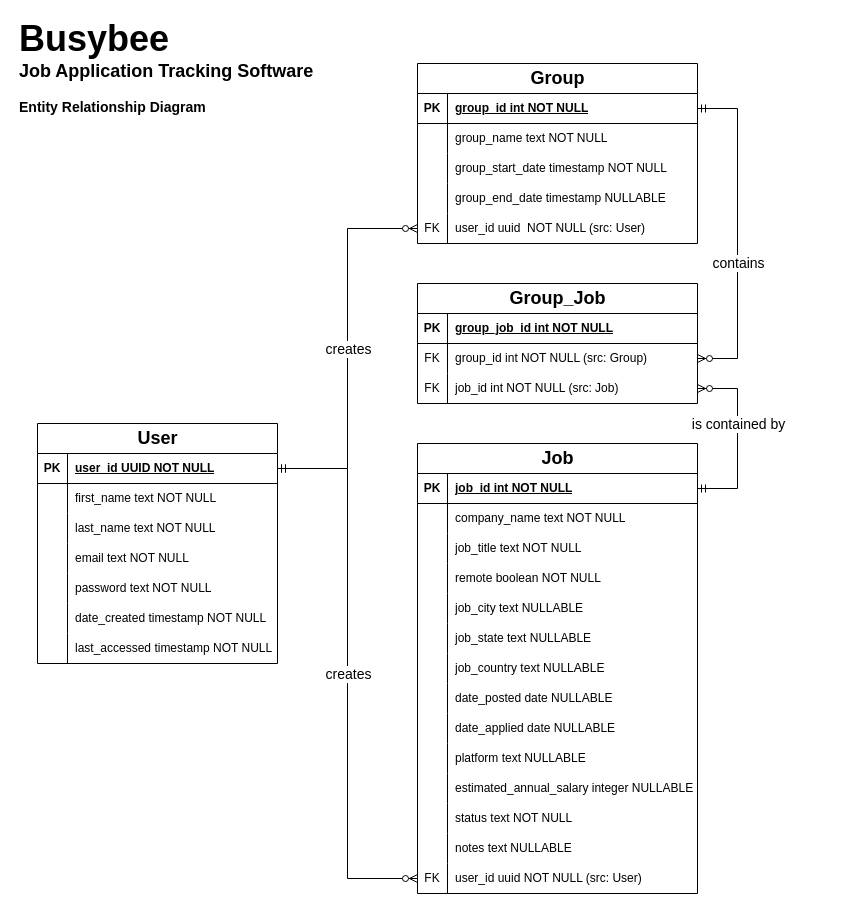
This is Documentation/busybee.erd.drawio from Masonluna/BusyBee, a draw.io file, before an edit. Source tidied: cells renumbered, new cells numbered last; positions are measured from the earlier drawing's top-left corner, leaving out a move shared by most shapes. Both pictures are drawn from the tidied source at 100%, with x=0, y=0 at pixel (17, 23).
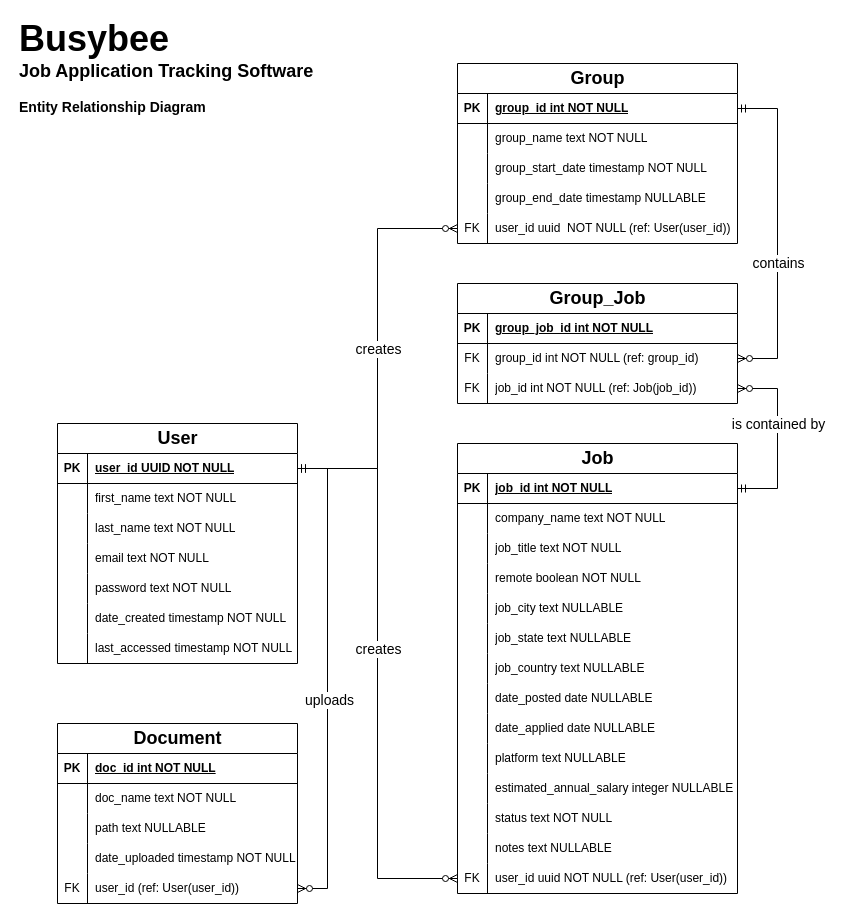
After the change.

Unchanged cells that the change refers to:
```xml
<mxCell id="5" style="shape=tableRow;horizontal=0;startSize=0;swimlaneHead=0;swimlaneBody=0;fillColor=none;points=[[0,0.5],[1,0.5]];portConstraint=eastwest;top=0;left=0;right=0;bottom=1;" parent="4" vertex="1">
  <mxGeometry y="30" width="240" height="30" as="geometry" />
</mxCell>
<mxCell id="27" style="shape=tableRow;horizontal=0;startSize=0;swimlaneHead=0;swimlaneBody=0;fillColor=none;points=[[0,0.5],[1,0.5]];portConstraint=eastwest;top=0;left=0;right=0;bottom=1;" parent="26" vertex="1">
  <mxGeometry y="30" width="280" height="30" as="geometry" />
</mxCell>
<mxCell id="39" style="shape=tableRow;horizontal=0;startSize=0;swimlaneHead=0;swimlaneBody=0;fillColor=none;points=[[0,0.5],[1,0.5]];portConstraint=eastwest;top=0;left=0;right=0;bottom=0;" parent="26" vertex="1">
  <mxGeometry y="150" width="280" height="30" as="geometry" />
</mxCell>
<mxCell id="45" style="shape=tableRow;horizontal=0;startSize=0;swimlaneHead=0;swimlaneBody=0;fillColor=none;points=[[0,0.5],[1,0.5]];portConstraint=eastwest;top=0;left=0;right=0;bottom=1;" parent="44" vertex="1">
  <mxGeometry y="30" width="280" height="30" as="geometry" />
</mxCell>
<mxCell id="84" style="shape=tableRow;horizontal=0;startSize=0;swimlaneHead=0;swimlaneBody=0;fillColor=none;points=[[0,0.5],[1,0.5]];portConstraint=eastwest;top=0;left=0;right=0;bottom=0;" parent="44" vertex="1">
  <mxGeometry y="420" width="280" height="30" as="geometry" />
</mxCell>
<mxCell id="91" style="shape=tableRow;horizontal=0;startSize=0;swimlaneHead=0;swimlaneBody=0;fillColor=none;points=[[0,0.5],[1,0.5]];portConstraint=eastwest;top=0;left=0;right=0;bottom=0;" parent="87" vertex="1">
  <mxGeometry y="60" width="280" height="30" as="geometry" />
</mxCell>
<mxCell id="94" style="shape=tableRow;horizontal=0;startSize=0;swimlaneHead=0;swimlaneBody=0;fillColor=none;points=[[0,0.5],[1,0.5]];portConstraint=eastwest;top=0;left=0;right=0;bottom=0;" parent="87" vertex="1">
  <mxGeometry y="90" width="280" height="30" as="geometry" />
</mxCell>
<mxCell id="101" style="edgeStyle=elbowEdgeStyle;fontSize=12;html=1;endArrow=ERzeroToMany;startArrow=ERmandOne;rounded=0;exitX=1;exitY=0.5;exitDx=0;exitDy=0;entryX=0;entryY=0.5;entryDx=0;entryDy=0;" parent="1" edge="1" source="5" target="84">
  <mxGeometry relative="1" as="geometry" />
</mxCell>
```

Change to the diagram source:
```diff
@@
     <mxCell id="4" value="&lt;font style=&quot;font-size: 18px;&quot;&gt;User&lt;/font&gt;" style="shape=table;startSize=30;childLayout=tableLayout;rowLines=0;fontStyle=1;align=center;html=1;" parent="1" vertex="1">
-      <mxGeometry x="20" y="400" width="240" height="240" as="geometry" />
+      <mxGeometry x="40" y="400" width="240" height="240" as="geometry" />
     </mxCell>
@@
     <mxCell id="26" value="&lt;font style=&quot;font-size: 18px;&quot;&gt;Group&lt;/font&gt;" style="shape=table;startSize=30;childLayout=tableLayout;rowLines=0;fontStyle=1;align=center;html=1;" parent="1" vertex="1">
-      <mxGeometry x="400" y="40" width="280" height="180" as="geometry" />
+      <mxGeometry x="440" y="40" width="280" height="180" as="geometry" />
     </mxCell>
@@
-    <mxCell id="41" value="user_id uuid&amp;nbsp; NOT NULL (src: User)" style="shape=partialRectangle;fillColor=none;top=0;left=0;bottom=0;right=0;align=left;spacingLeft=6;overflow=hidden;whiteSpace=wrap;html=1;" parent="39" vertex="1">
+    <mxCell id="41" value="user_id uuid&amp;nbsp; NOT NULL (ref: User(user_id))" style="shape=partialRectangle;fillColor=none;top=0;left=0;bottom=0;right=0;align=left;spacingLeft=6;overflow=hidden;whiteSpace=wrap;html=1;" parent="39" vertex="1">
       <mxGeometry x="30" width="250" height="30" as="geometry" />
     </mxCell>
@@
     <mxCell id="44" value="&lt;font style=&quot;font-size: 18px;&quot;&gt;Job&lt;/font&gt;" style="shape=table;startSize=30;childLayout=tableLayout;rowLines=0;fontStyle=1;align=center;html=1;" parent="1" vertex="1">
-      <mxGeometry x="400" y="420" width="280" height="450" as="geometry" />
+      <mxGeometry x="440" y="420" width="280" height="450" as="geometry" />
     </mxCell>
@@
-    <mxCell id="86" value="user_id uuid NOT NULL (src: User)" style="shape=partialRectangle;fillColor=none;top=0;left=0;bottom=0;right=0;align=left;spacingLeft=6;overflow=hidden;whiteSpace=wrap;html=1;" parent="84" vertex="1">
+    <mxCell id="86" value="user_id uuid NOT NULL (ref: User(user_id))" style="shape=partialRectangle;fillColor=none;top=0;left=0;bottom=0;right=0;align=left;spacingLeft=6;overflow=hidden;whiteSpace=wrap;html=1;" parent="84" vertex="1">
       <mxGeometry x="30" width="250" height="30" as="geometry" />
     </mxCell>
     <mxCell id="87" value="&lt;font style=&quot;font-size: 18px;&quot;&gt;Group_Job&lt;/font&gt;" style="shape=table;startSize=30;childLayout=tableLayout;rowLines=0;fontStyle=1;align=center;html=1;" parent="1" vertex="1">
-      <mxGeometry x="400" y="260" width="280" height="120" as="geometry" />
+      <mxGeometry x="440" y="260" width="280" height="120" as="geometry" />
     </mxCell>
@@
-    <mxCell id="93" value="group_id int NOT NULL (src: Group)" style="shape=partialRectangle;fillColor=none;top=0;left=0;bottom=0;right=0;align=left;spacingLeft=6;overflow=hidden;whiteSpace=wrap;html=1;" parent="91" vertex="1">
+    <mxCell id="93" value="group_id int NOT NULL (ref: group_id)" style="shape=partialRectangle;fillColor=none;top=0;left=0;bottom=0;right=0;align=left;spacingLeft=6;overflow=hidden;whiteSpace=wrap;html=1;" parent="91" vertex="1">
       <mxGeometry x="30" width="250" height="30" as="geometry" />
     </mxCell>
@@
-    <mxCell id="96" value="job_id int NOT NULL (src: Job)" style="shape=partialRectangle;fillColor=none;top=0;left=0;bottom=0;right=0;align=left;spacingLeft=6;overflow=hidden;whiteSpace=wrap;html=1;" parent="94" vertex="1">
+    <mxCell id="96" value="job_id int NOT NULL (ref: Job(job_id))" style="shape=partialRectangle;fillColor=none;top=0;left=0;bottom=0;right=0;align=left;spacingLeft=6;overflow=hidden;whiteSpace=wrap;html=1;" parent="94" vertex="1">
       <mxGeometry x="30" width="250" height="30" as="geometry" />
     </mxCell>
     <mxCell id="97" style="fontSize=12;html=1;endArrow=ERzeroToMany;startArrow=ERmandOne;rounded=0;entryX=1;entryY=0.5;entryDx=0;entryDy=0;exitX=1;exitY=0.5;exitDx=0;exitDy=0;edgeStyle=elbowEdgeStyle;" parent="1" edge="1" source="27" target="91">
       <mxGeometry relative="1" as="geometry">
         <Array as="points">
-          <mxPoint x="720" y="200" />
+          <mxPoint x="760" y="200" />
         </Array>
       </mxGeometry>
     </mxCell>
@@
     <mxCell id="99" style="fontSize=12;html=1;endArrow=ERzeroToMany;startArrow=ERmandOne;rounded=0;exitX=1;exitY=0.5;exitDx=0;exitDy=0;entryX=1;entryY=0.5;entryDx=0;entryDy=0;edgeStyle=elbowEdgeStyle;" parent="1" edge="1" source="45" target="94">
       <mxGeometry relative="1" as="geometry">
         <Array as="points">
-          <mxPoint x="720" y="420" />
+          <mxPoint x="760" y="410" />
         </Array>
       </mxGeometry>
     </mxCell>
@@
     <mxCell id="102" value="&lt;font style=&quot;font-size: 14px;&quot;&gt;creates&lt;/font&gt;" style="edgeLabel;html=1;align=center;verticalAlign=middle;" parent="101" vertex="1">
-      <mxGeometry relative="1" as="geometry" />
+      <mxGeometry relative="1" as="geometry">
+        <mxPoint y="-25" as="offset" />
+      </mxGeometry>
     </mxCell>
+    <mxCell id="103" value="&lt;font style=&quot;font-size: 18px;&quot;&gt;Document&lt;/font&gt;" style="shape=table;startSize=30;childLayout=tableLayout;rowLines=0;fontStyle=1;align=center;html=1;" parent="1" vertex="1">
+      <mxGeometry x="40" y="700" width="240" height="180" as="geometry" />
+    </mxCell>
+    <mxCell id="104" style="shape=tableRow;horizontal=0;startSize=0;swimlaneHead=0;swimlaneBody=0;fillColor=none;top=0;left=0;right=0;bottom=1;" parent="103" vertex="1">
+      <mxGeometry y="30" width="240" height="30" as="geometry" />
+    </mxCell>
+    <mxCell id="105" value="PK" style="shape=partialRectangle;fillColor=none;top=0;left=0;bottom=0;right=0;fontStyle=1;overflow=hidden;whiteSpace=wrap;html=1;" parent="104" vertex="1">
+      <mxGeometry width="30" height="30" as="geometry" />
+    </mxCell>
+    <mxCell id="106" value="doc_id int NOT NULL" style="shape=partialRectangle;fillColor=none;top=0;left=0;bottom=0;right=0;align=left;spacingLeft=6;fontStyle=5;overflow=hidden;whiteSpace=wrap;html=1;" parent="104" vertex="1">
+      <mxGeometry x="30" width="210" height="30" as="geometry" />
+    </mxCell>
+    <mxCell id="107" style="shape=tableRow;horizontal=0;startSize=0;swimlaneHead=0;swimlaneBody=0;fillColor=none;top=0;left=0;right=0;bottom=0;" parent="103" vertex="1">
+      <mxGeometry y="60" width="240" height="30" as="geometry" />
+    </mxCell>
+    <mxCell id="108" style="shape=partialRectangle;fillColor=none;top=0;left=0;bottom=0;right=0;overflow=hidden;whiteSpace=wrap;html=1;" parent="107" vertex="1">
+      <mxGeometry width="30" height="30" as="geometry" />
+    </mxCell>
+    <mxCell id="109" value="doc_name text NOT NULL" style="shape=partialRectangle;fillColor=none;top=0;left=0;bottom=0;right=0;align=left;spacingLeft=6;overflow=hidden;whiteSpace=wrap;html=1;" parent="107" vertex="1">
+      <mxGeometry x="30" width="210" height="30" as="geometry" />
+    </mxCell>
+    <mxCell id="110" style="shape=tableRow;horizontal=0;startSize=0;swimlaneHead=0;swimlaneBody=0;fillColor=none;top=0;left=0;right=0;bottom=0;" parent="103" vertex="1">
+      <mxGeometry y="90" width="240" height="30" as="geometry" />
+    </mxCell>
+    <mxCell id="111" style="shape=partialRectangle;fillColor=none;top=0;left=0;bottom=0;right=0;overflow=hidden;whiteSpace=wrap;html=1;" parent="110" vertex="1">
+      <mxGeometry width="30" height="30" as="geometry" />
+    </mxCell>
+    <mxCell id="112" value="path text NULLABLE" style="shape=partialRectangle;fillColor=none;top=0;left=0;bottom=0;right=0;align=left;spacingLeft=6;overflow=hidden;whiteSpace=wrap;html=1;" parent="110" vertex="1">
+      <mxGeometry x="30" width="210" height="30" as="geometry" />
+    </mxCell>
+    <mxCell id="113" style="shape=tableRow;horizontal=0;startSize=0;swimlaneHead=0;swimlaneBody=0;fillColor=none;top=0;left=0;right=0;bottom=0;" parent="103" vertex="1">
+      <mxGeometry y="120" width="240" height="30" as="geometry" />
+    </mxCell>
+    <mxCell id="114" style="shape=partialRectangle;fillColor=none;top=0;left=0;bottom=0;right=0;overflow=hidden;whiteSpace=wrap;html=1;" parent="113" vertex="1">
+      <mxGeometry width="30" height="30" as="geometry" />
+    </mxCell>
+    <mxCell id="115" value="date_uploaded timestamp NOT NULL" style="shape=partialRectangle;fillColor=none;top=0;left=0;bottom=0;right=0;align=left;spacingLeft=6;overflow=hidden;whiteSpace=wrap;html=1;" parent="113" vertex="1">
+      <mxGeometry x="30" width="210" height="30" as="geometry" />
+    </mxCell>
+    <mxCell id="116" style="shape=tableRow;horizontal=0;startSize=0;swimlaneHead=0;swimlaneBody=0;fillColor=none;points=[[0,0.5],[1,0.5]];portConstraint=eastwest;top=0;left=0;right=0;bottom=0;" parent="103" vertex="1">
+      <mxGeometry y="150" width="240" height="30" as="geometry" />
+    </mxCell>
+    <mxCell id="117" value="FK" style="shape=partialRectangle;fillColor=none;top=0;left=0;bottom=0;right=0;overflow=hidden;whiteSpace=wrap;html=1;" parent="116" vertex="1">
+      <mxGeometry width="30" height="30" as="geometry" />
+    </mxCell>
+    <mxCell id="118" value="user_id (ref: User(user_id))" style="shape=partialRectangle;fillColor=none;top=0;left=0;bottom=0;right=0;align=left;spacingLeft=6;overflow=hidden;whiteSpace=wrap;html=1;" parent="116" vertex="1">
+      <mxGeometry x="30" width="210" height="30" as="geometry" />
+    </mxCell>
+    <mxCell id="119" style="edgeStyle=entityRelationEdgeStyle;fontSize=12;html=1;endArrow=ERzeroToMany;startArrow=ERmandOne;rounded=0;exitX=1;exitY=0.5;exitDx=0;exitDy=0;entryX=1;entryY=0.5;entryDx=0;entryDy=0;" parent="1" edge="1" source="5" target="116">
+      <mxGeometry relative="1" as="geometry" />
+    </mxCell>
+    <mxCell id="120" value="&lt;font style=&quot;font-size: 14px;&quot;&gt;uploads&lt;/font&gt;" style="edgeLabel;html=1;align=center;verticalAlign=middle;" parent="119" vertex="1">
+      <mxGeometry x="0.09" y="1" relative="1" as="geometry">
+        <mxPoint y="-1" as="offset" />
+      </mxGeometry>
+    </mxCell>
```
